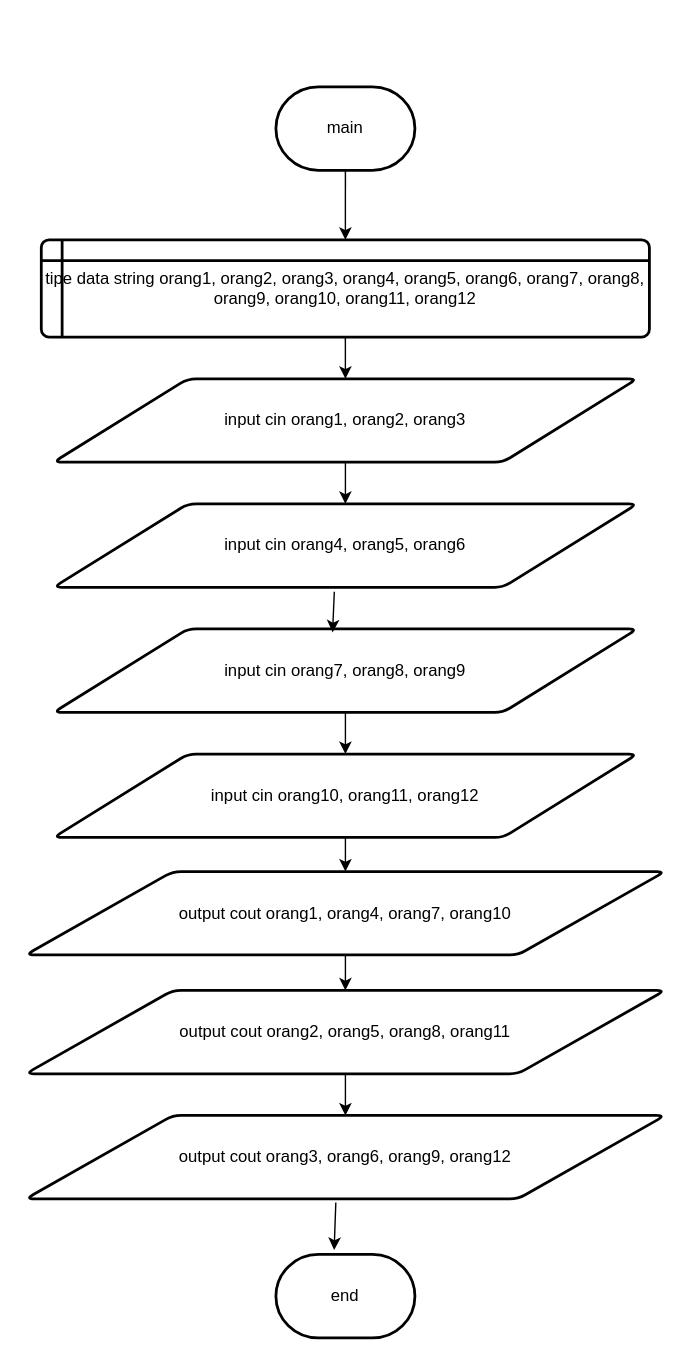
Before: 02 Masukan dan Keluaran/farhan_flowchart_7.drawio in hanrizki/DDP-MI-23, a draw.io diagram. Source tidied: cells renumbered, new cells numbered last; positions are measured from the earlier drawing's top-left corner, leaving out a move shared by most shapes. Both pictures are drawn from the tidied source at 139%, with x=0, y=0 at pixel (25, 86).
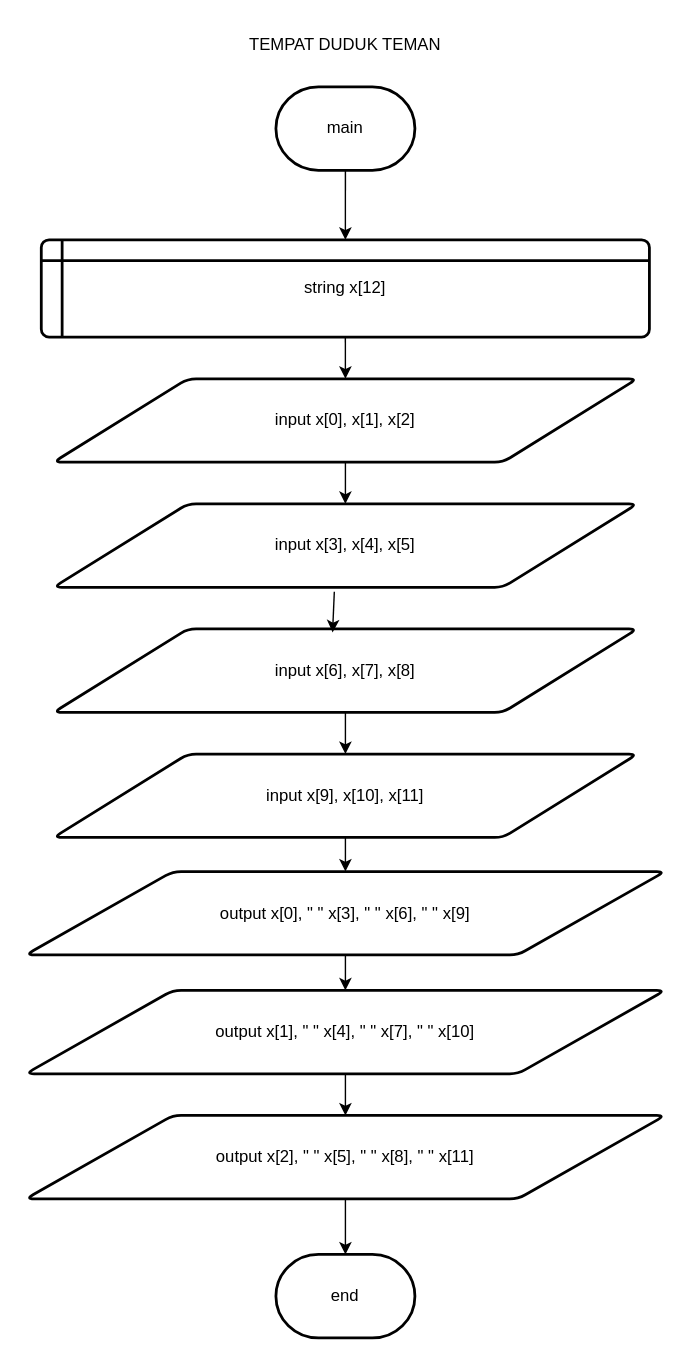
Above is the later version.

The change refers to these unchanged cells:
```xml
<mxCell id="12" value="end" style="strokeWidth=2;html=1;shape=mxgraph.flowchart.terminator;whiteSpace=wrap;" parent="1" vertex="1">
  <mxGeometry x="180" y="840" width="100" height="60" as="geometry" />
</mxCell>
```

What changed in the source:
```diff
@@
-    <mxCell id="4" value="tipe data string orang1, orang2, orang3, orang4, orang5, orang6, orang7, orang8, orang9, orang10, orang11, orang12" style="shape=internalStorage;whiteSpace=wrap;html=1;dx=15;dy=15;rounded=1;arcSize=8;strokeWidth=2;" parent="1" vertex="1">
+    <mxCell id="4" value="string x[12]" style="shape=internalStorage;whiteSpace=wrap;html=1;dx=15;dy=15;rounded=1;arcSize=8;strokeWidth=2;" parent="1" vertex="1">
       <mxGeometry x="11.2" y="110" width="437.5" height="70" as="geometry" />
     </mxCell>
-    <mxCell id="5" value="input cin orang1, orang2, orang3" style="shape=parallelogram;html=1;strokeWidth=2;perimeter=parallelogramPerimeter;whiteSpace=wrap;rounded=1;arcSize=12;size=0.23;" parent="1" vertex="1">
+    <mxCell id="5" value="input x[0], x[1], x[2]" style="shape=parallelogram;html=1;strokeWidth=2;perimeter=parallelogramPerimeter;whiteSpace=wrap;rounded=1;arcSize=12;size=0.23;" parent="1" vertex="1">
       <mxGeometry x="20" y="210" width="420" height="60" as="geometry" />
     </mxCell>
-    <mxCell id="6" value="input cin orang4, orang5, orang6" style="shape=parallelogram;html=1;strokeWidth=2;perimeter=parallelogramPerimeter;whiteSpace=wrap;rounded=1;arcSize=12;size=0.23;" parent="1" vertex="1">
+    <mxCell id="6" value="input x[3], x[4], x[5]" style="shape=parallelogram;html=1;strokeWidth=2;perimeter=parallelogramPerimeter;whiteSpace=wrap;rounded=1;arcSize=12;size=0.23;" parent="1" vertex="1">
       <mxGeometry x="20" y="300" width="420" height="60" as="geometry" />
     </mxCell>
-    <mxCell id="7" value="input cin orang7, orang8, orang9" style="shape=parallelogram;html=1;strokeWidth=2;perimeter=parallelogramPerimeter;whiteSpace=wrap;rounded=1;arcSize=12;size=0.23;" parent="1" vertex="1">
+    <mxCell id="7" value="input x[6], x[7], x[8]" style="shape=parallelogram;html=1;strokeWidth=2;perimeter=parallelogramPerimeter;whiteSpace=wrap;rounded=1;arcSize=12;size=0.23;" parent="1" vertex="1">
       <mxGeometry x="20" y="390" width="420" height="60" as="geometry" />
     </mxCell>
-    <mxCell id="8" value="input cin orang10, orang11, orang12" style="shape=parallelogram;html=1;strokeWidth=2;perimeter=parallelogramPerimeter;whiteSpace=wrap;rounded=1;arcSize=12;size=0.23;" parent="1" vertex="1">
+    <mxCell id="8" value="input x[9], x[10], x[11]" style="shape=parallelogram;html=1;strokeWidth=2;perimeter=parallelogramPerimeter;whiteSpace=wrap;rounded=1;arcSize=12;size=0.23;" parent="1" vertex="1">
       <mxGeometry x="20" y="480" width="420" height="60" as="geometry" />
     </mxCell>
-    <mxCell id="9" value="output cout orang1, orang4, orang7, orang10" style="shape=parallelogram;html=1;strokeWidth=2;perimeter=parallelogramPerimeter;whiteSpace=wrap;rounded=1;arcSize=12;size=0.23;" parent="1" vertex="1">
+    <mxCell id="9" value="output x[0], &quot; &quot; x[3], &quot; &quot; x[6], &quot; &quot; x[9]" style="shape=parallelogram;html=1;strokeWidth=2;perimeter=parallelogramPerimeter;whiteSpace=wrap;rounded=1;arcSize=12;size=0.23;" parent="1" vertex="1">
       <mxGeometry y="564.5" width="460" height="60" as="geometry" />
     </mxCell>
-    <mxCell id="10" value="output cout orang2, orang5, orang8, orang11" style="shape=parallelogram;html=1;strokeWidth=2;perimeter=parallelogramPerimeter;whiteSpace=wrap;rounded=1;arcSize=12;size=0.23;" parent="1" vertex="1">
-      <mxGeometry y="650" width="460" height="60" as="geometry" />
-    </mxCell>
-    <mxCell id="11" value="output cout orang3, orang6, orang9, orang12" style="shape=parallelogram;html=1;strokeWidth=2;perimeter=parallelogramPerimeter;whiteSpace=wrap;rounded=1;arcSize=12;size=0.23;" parent="1" vertex="1">
-      <mxGeometry y="740" width="460" height="60" as="geometry" />
-    </mxCell>
@@
-    <mxCell id="18" style="endArrow=classic;html=1;rounded=0;exitX=0.5;exitY=1;exitDx=0;exitDy=0;" parent="1" edge="1" source="9" target="10">
-      <mxGeometry relative="1" as="geometry" />
+    <mxCell id="18" style="endArrow=classic;html=1;rounded=0;exitX=0.5;exitY=1;exitDx=0;exitDy=0;" parent="1" edge="1" source="9">
+      <mxGeometry relative="1" as="geometry">
+        <mxPoint x="230" y="650" as="targetPoint" />
+      </mxGeometry>
     </mxCell>
-    <mxCell id="19" style="endArrow=classic;html=1;rounded=0;exitX=0.5;exitY=1;exitDx=0;exitDy=0;entryX=0.5;entryY=0;entryDx=0;entryDy=0;" parent="1" edge="1" source="10" target="11">
-      <mxGeometry relative="1" as="geometry" />
+    <mxCell id="19" style="endArrow=classic;html=1;rounded=0;exitX=0.5;exitY=1;exitDx=0;exitDy=0;entryX=0.5;entryY=0;entryDx=0;entryDy=0;" parent="1" edge="1">
+      <mxGeometry relative="1" as="geometry">
+        <mxPoint x="230" y="710" as="sourcePoint" />
+        <mxPoint x="230" y="740" as="targetPoint" />
+      </mxGeometry>
     </mxCell>
-    <mxCell id="20" style="endArrow=classic;html=1;rounded=0;exitX=0.485;exitY=1.043;exitDx=0;exitDy=0;exitPerimeter=0;entryX=0.419;entryY=-0.054;entryDx=0;entryDy=0;entryPerimeter=0;" parent="1" edge="1" source="11" target="12">
-      <mxGeometry relative="1" as="geometry" />
-    </mxCell>
+    <mxCell id="21" value="output x[1], &quot; &quot; x[4], &quot; &quot; x[7], &quot; &quot; x[10]" style="shape=parallelogram;html=1;strokeWidth=2;perimeter=parallelogramPerimeter;whiteSpace=wrap;rounded=1;arcSize=12;size=0.23;" parent="1" vertex="1">
+      <mxGeometry y="650" width="460" height="60" as="geometry" />
+    </mxCell>
+    <mxCell id="22" style="edgeStyle=orthogonalEdgeStyle;rounded=0;jettySize=auto;html=1;" parent="1" edge="1" source="23" target="12">
+      <mxGeometry relative="1" as="geometry" />
+    </mxCell>
+    <mxCell id="23" value="output x[2], &quot; &quot; x[5], &quot; &quot; x[8], &quot; &quot; x[11]" style="shape=parallelogram;html=1;strokeWidth=2;perimeter=parallelogramPerimeter;whiteSpace=wrap;rounded=1;arcSize=12;size=0.23;" parent="1" vertex="1">
+      <mxGeometry y="740" width="460" height="60" as="geometry" />
+    </mxCell>
+    <mxCell id="24" value="TEMPAT DUDUK TEMAN" style="text;html=1;strokeColor=none;fillColor=none;align=center;verticalAlign=middle;whiteSpace=wrap;rounded=0;" parent="1" vertex="1">
+      <mxGeometry x="155" y="-45" width="150" height="30" as="geometry" />
+    </mxCell>
```
